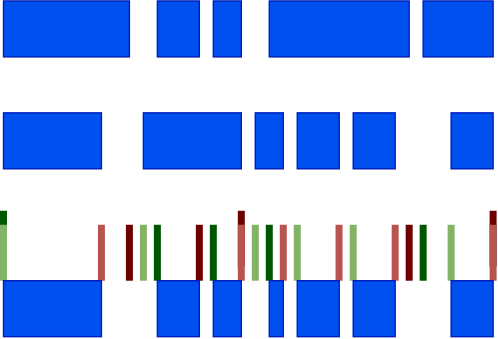
Before: src/interval/TimeIntervalsIntersection.drawio.svg, a diagram exported from draw.io (yolisses/time-constraints). Source tidied: cells renumbered, new cells last; positions are measured from the earlier drawing's top-left corner, leaving out a move shared by most shapes. The source it was exported from:
```xml
<mxGraphModel>
  <root>
    <mxCell id="0" />
    <mxCell id="1" parent="0" />
    <mxCell id="2" style="whiteSpace=wrap;html=1;fillColor=#0050ef;fontColor=#ffffff;strokeColor=#001DBC;" parent="1" vertex="1">
      <mxGeometry width="90" height="40" as="geometry" />
    </mxCell>
    <mxCell id="3" style="whiteSpace=wrap;html=1;fillColor=#0050ef;fontColor=#ffffff;strokeColor=#001DBC;" parent="1" vertex="1">
      <mxGeometry x="110" width="30" height="40" as="geometry" />
    </mxCell>
    <mxCell id="4" style="whiteSpace=wrap;html=1;fillColor=#0050ef;fontColor=#ffffff;strokeColor=#001DBC;" parent="1" vertex="1">
      <mxGeometry x="150" width="20" height="40" as="geometry" />
    </mxCell>
    <mxCell id="5" style="whiteSpace=wrap;html=1;fillColor=#0050ef;fontColor=#ffffff;strokeColor=#001DBC;" parent="1" vertex="1">
      <mxGeometry x="190" width="100" height="40" as="geometry" />
    </mxCell>
    <mxCell id="6" style="whiteSpace=wrap;html=1;fillColor=#0050ef;fontColor=#ffffff;strokeColor=#001DBC;" parent="1" vertex="1">
      <mxGeometry x="300" width="50" height="40" as="geometry" />
    </mxCell>
    <mxCell id="7" style="whiteSpace=wrap;html=1;fillColor=#0050ef;fontColor=#ffffff;strokeColor=#001DBC;" parent="1" vertex="1">
      <mxGeometry y="80" width="70" height="40" as="geometry" />
    </mxCell>
    <mxCell id="8" style="whiteSpace=wrap;html=1;fillColor=#0050ef;fontColor=#ffffff;strokeColor=#001DBC;" parent="1" vertex="1">
      <mxGeometry x="100" y="80" width="70" height="40" as="geometry" />
    </mxCell>
    <mxCell id="9" style="whiteSpace=wrap;html=1;fillColor=#0050ef;fontColor=#ffffff;strokeColor=#001DBC;" parent="1" vertex="1">
      <mxGeometry x="180" y="80" width="20" height="40" as="geometry" />
    </mxCell>
    <mxCell id="10" style="whiteSpace=wrap;html=1;fillColor=#0050ef;fontColor=#ffffff;strokeColor=#001DBC;" parent="1" vertex="1">
      <mxGeometry x="210" y="80" width="30" height="40" as="geometry" />
    </mxCell>
    <mxCell id="11" style="whiteSpace=wrap;html=1;fillColor=#0050ef;fontColor=#ffffff;strokeColor=#001DBC;" parent="1" vertex="1">
      <mxGeometry x="250" y="80" width="30" height="40" as="geometry" />
    </mxCell>
    <mxCell id="12" style="whiteSpace=wrap;html=1;fillColor=#0050ef;fontColor=#ffffff;strokeColor=#001DBC;" parent="1" vertex="1">
      <mxGeometry x="320" y="80" width="30" height="40" as="geometry" />
    </mxCell>
    <mxCell id="13" style="endArrow=none;html=1;fillColor=#008a00;strokeColor=#005700;strokeWidth=5;" parent="1" edge="1">
      <mxGeometry relative="1" as="geometry">
        <mxPoint y="190" as="sourcePoint" />
        <mxPoint y="150" as="targetPoint" />
      </mxGeometry>
    </mxCell>
    <mxCell id="14" style="endArrow=none;html=1;fillColor=#a20025;strokeColor=#6F0000;strokeWidth=5;" parent="1" edge="1">
      <mxGeometry relative="1" as="geometry">
        <mxPoint x="90" y="200" as="sourcePoint" />
        <mxPoint x="90" y="160" as="targetPoint" />
      </mxGeometry>
    </mxCell>
    <mxCell id="15" style="endArrow=none;html=1;fillColor=#008a00;strokeColor=#005700;strokeWidth=5;" parent="1" edge="1">
      <mxGeometry relative="1" as="geometry">
        <mxPoint x="110" y="200" as="sourcePoint" />
        <mxPoint x="110" y="160" as="targetPoint" />
      </mxGeometry>
    </mxCell>
    <mxCell id="16" style="endArrow=none;html=1;fillColor=#008a00;strokeColor=#005700;strokeWidth=5;" parent="1" edge="1">
      <mxGeometry relative="1" as="geometry">
        <mxPoint x="150" y="200" as="sourcePoint" />
        <mxPoint x="150" y="160" as="targetPoint" />
      </mxGeometry>
    </mxCell>
    <mxCell id="17" style="endArrow=none;html=1;fillColor=#008a00;strokeColor=#005700;strokeWidth=5;" parent="1" edge="1">
      <mxGeometry relative="1" as="geometry">
        <mxPoint x="190" y="200" as="sourcePoint" />
        <mxPoint x="190" y="160" as="targetPoint" />
      </mxGeometry>
    </mxCell>
    <mxCell id="18" style="endArrow=none;html=1;fillColor=#008a00;strokeColor=#005700;strokeWidth=5;" parent="1" edge="1">
      <mxGeometry relative="1" as="geometry">
        <mxPoint x="300" y="200" as="sourcePoint" />
        <mxPoint x="300" y="160" as="targetPoint" />
      </mxGeometry>
    </mxCell>
    <mxCell id="19" style="endArrow=none;html=1;fillColor=#a20025;strokeColor=#6F0000;strokeWidth=5;" parent="1" edge="1">
      <mxGeometry relative="1" as="geometry">
        <mxPoint x="140" y="200" as="sourcePoint" />
        <mxPoint x="140" y="160" as="targetPoint" />
      </mxGeometry>
    </mxCell>
    <mxCell id="20" style="endArrow=none;html=1;fillColor=#a20025;strokeColor=#6F0000;strokeWidth=5;" parent="1" edge="1">
      <mxGeometry relative="1" as="geometry">
        <mxPoint x="170" y="190" as="sourcePoint" />
        <mxPoint x="170" y="150" as="targetPoint" />
      </mxGeometry>
    </mxCell>
    <mxCell id="21" style="endArrow=none;html=1;fillColor=#a20025;strokeColor=#6F0000;strokeWidth=5;" parent="1" edge="1">
      <mxGeometry relative="1" as="geometry">
        <mxPoint x="290" y="200" as="sourcePoint" />
        <mxPoint x="290" y="160" as="targetPoint" />
      </mxGeometry>
    </mxCell>
    <mxCell id="22" style="endArrow=none;html=1;fillColor=#a20025;strokeColor=#6F0000;strokeWidth=5;" parent="1" edge="1">
      <mxGeometry relative="1" as="geometry">
        <mxPoint x="350" y="190" as="sourcePoint" />
        <mxPoint x="350" y="150" as="targetPoint" />
      </mxGeometry>
    </mxCell>
    <mxCell id="23" style="endArrow=none;html=1;fillColor=#d5e8d4;strokeColor=#82b366;strokeWidth=5;" parent="1" edge="1">
      <mxGeometry relative="1" as="geometry">
        <mxPoint y="200" as="sourcePoint" />
        <mxPoint y="160" as="targetPoint" />
      </mxGeometry>
    </mxCell>
    <mxCell id="24" style="endArrow=none;html=1;fillColor=#d5e8d4;strokeColor=#82b366;strokeWidth=5;" parent="1" edge="1">
      <mxGeometry relative="1" as="geometry">
        <mxPoint x="100" y="200" as="sourcePoint" />
        <mxPoint x="100" y="160" as="targetPoint" />
      </mxGeometry>
    </mxCell>
    <mxCell id="25" style="endArrow=none;html=1;fillColor=#d5e8d4;strokeColor=#82b366;strokeWidth=5;" parent="1" edge="1">
      <mxGeometry relative="1" as="geometry">
        <mxPoint x="180" y="200" as="sourcePoint" />
        <mxPoint x="180" y="160" as="targetPoint" />
      </mxGeometry>
    </mxCell>
    <mxCell id="26" style="endArrow=none;html=1;fillColor=#d5e8d4;strokeColor=#82b366;strokeWidth=5;" parent="1" edge="1">
      <mxGeometry relative="1" as="geometry">
        <mxPoint x="210" y="200" as="sourcePoint" />
        <mxPoint x="210" y="160" as="targetPoint" />
      </mxGeometry>
    </mxCell>
    <mxCell id="27" style="endArrow=none;html=1;fillColor=#d5e8d4;strokeColor=#82b366;strokeWidth=5;" parent="1" edge="1">
      <mxGeometry relative="1" as="geometry">
        <mxPoint x="250" y="200" as="sourcePoint" />
        <mxPoint x="250" y="160" as="targetPoint" />
      </mxGeometry>
    </mxCell>
    <mxCell id="28" style="endArrow=none;html=1;fillColor=#d5e8d4;strokeColor=#82b366;strokeWidth=5;" parent="1" edge="1">
      <mxGeometry relative="1" as="geometry">
        <mxPoint x="320" y="200" as="sourcePoint" />
        <mxPoint x="320" y="160" as="targetPoint" />
      </mxGeometry>
    </mxCell>
    <mxCell id="29" style="endArrow=none;html=1;fillColor=#f8cecc;strokeColor=#b85450;strokeWidth=5;" parent="1" edge="1">
      <mxGeometry relative="1" as="geometry">
        <mxPoint x="70" y="200" as="sourcePoint" />
        <mxPoint x="70" y="160" as="targetPoint" />
      </mxGeometry>
    </mxCell>
    <mxCell id="30" style="endArrow=none;html=1;fillColor=#f8cecc;strokeColor=#b85450;strokeWidth=5;" parent="1" edge="1">
      <mxGeometry relative="1" as="geometry">
        <mxPoint x="170" y="200" as="sourcePoint" />
        <mxPoint x="170" y="160" as="targetPoint" />
      </mxGeometry>
    </mxCell>
    <mxCell id="31" style="endArrow=none;html=1;fillColor=#f8cecc;strokeColor=#b85450;strokeWidth=5;" parent="1" edge="1">
      <mxGeometry relative="1" as="geometry">
        <mxPoint x="200" y="200" as="sourcePoint" />
        <mxPoint x="200" y="160" as="targetPoint" />
      </mxGeometry>
    </mxCell>
    <mxCell id="32" style="endArrow=none;html=1;fillColor=#f8cecc;strokeColor=#b85450;strokeWidth=5;" parent="1" edge="1">
      <mxGeometry relative="1" as="geometry">
        <mxPoint x="239.9" y="200" as="sourcePoint" />
        <mxPoint x="239.9" y="160" as="targetPoint" />
      </mxGeometry>
    </mxCell>
    <mxCell id="33" style="endArrow=none;html=1;fillColor=#f8cecc;strokeColor=#b85450;strokeWidth=5;" parent="1" edge="1">
      <mxGeometry relative="1" as="geometry">
        <mxPoint x="280" y="200" as="sourcePoint" />
        <mxPoint x="280" y="160" as="targetPoint" />
      </mxGeometry>
    </mxCell>
    <mxCell id="34" style="endArrow=none;html=1;fillColor=#f8cecc;strokeColor=#b85450;strokeWidth=5;" parent="1" edge="1">
      <mxGeometry relative="1" as="geometry">
        <mxPoint x="350" y="200" as="sourcePoint" />
        <mxPoint x="350" y="160" as="targetPoint" />
      </mxGeometry>
    </mxCell>
    <mxCell id="35" style="whiteSpace=wrap;html=1;fillColor=#0050ef;fontColor=#ffffff;strokeColor=#001DBC;" parent="1" vertex="1">
      <mxGeometry x="110" y="200" width="30" height="40" as="geometry" />
    </mxCell>
    <mxCell id="36" style="whiteSpace=wrap;html=1;fillColor=#0050ef;fontColor=#ffffff;strokeColor=#001DBC;" parent="1" vertex="1">
      <mxGeometry x="150" y="200" width="20" height="40" as="geometry" />
    </mxCell>
    <mxCell id="37" style="whiteSpace=wrap;html=1;fillColor=#0050ef;fontColor=#ffffff;strokeColor=#001DBC;" parent="1" vertex="1">
      <mxGeometry x="190" y="200" width="10" height="40" as="geometry" />
    </mxCell>
    <mxCell id="38" style="whiteSpace=wrap;html=1;fillColor=#0050ef;fontColor=#ffffff;strokeColor=#001DBC;" parent="1" vertex="1">
      <mxGeometry x="210" y="200" width="30" height="40" as="geometry" />
    </mxCell>
    <mxCell id="39" style="whiteSpace=wrap;html=1;fillColor=#0050ef;fontColor=#ffffff;strokeColor=#001DBC;" parent="1" vertex="1">
      <mxGeometry x="250" y="200" width="30" height="40" as="geometry" />
    </mxCell>
    <mxCell id="40" style="whiteSpace=wrap;html=1;fillColor=#0050ef;fontColor=#ffffff;strokeColor=#001DBC;" parent="1" vertex="1">
      <mxGeometry x="320" y="200" width="30" height="40" as="geometry" />
    </mxCell>
    <mxCell id="41" style="whiteSpace=wrap;html=1;fillColor=#0050ef;fontColor=#ffffff;strokeColor=#001DBC;" parent="1" vertex="1">
      <mxGeometry y="200" width="70" height="40" as="geometry" />
    </mxCell>
  </root>
</mxGraphModel>
```
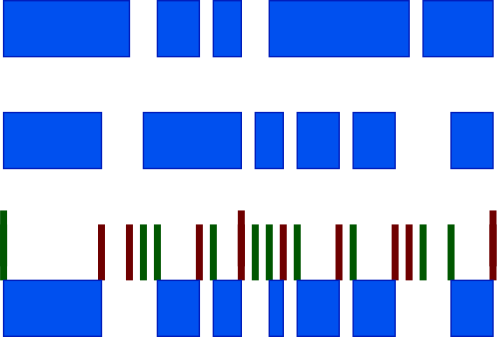
Above is the later version.

Diff of the diagram source:
```diff
@@ -95,73 +95,73 @@
         <mxPoint x="350" y="150" as="targetPoint" />
       </mxGeometry>
     </mxCell>
-    <mxCell id="23" style="endArrow=none;html=1;fillColor=#d5e8d4;strokeColor=#82b366;strokeWidth=5;" parent="1" edge="1">
+    <mxCell id="23" style="endArrow=none;html=1;fillColor=#008a00;strokeColor=#005700;strokeWidth=5;" parent="1" edge="1">
       <mxGeometry relative="1" as="geometry">
         <mxPoint y="200" as="sourcePoint" />
         <mxPoint y="160" as="targetPoint" />
       </mxGeometry>
     </mxCell>
-    <mxCell id="24" style="endArrow=none;html=1;fillColor=#d5e8d4;strokeColor=#82b366;strokeWidth=5;" parent="1" edge="1">
+    <mxCell id="24" style="endArrow=none;html=1;fillColor=#008a00;strokeColor=#005700;strokeWidth=5;" parent="1" edge="1">
       <mxGeometry relative="1" as="geometry">
         <mxPoint x="100" y="200" as="sourcePoint" />
         <mxPoint x="100" y="160" as="targetPoint" />
       </mxGeometry>
     </mxCell>
-    <mxCell id="25" style="endArrow=none;html=1;fillColor=#d5e8d4;strokeColor=#82b366;strokeWidth=5;" parent="1" edge="1">
+    <mxCell id="25" style="endArrow=none;html=1;fillColor=#008a00;strokeColor=#005700;strokeWidth=5;" parent="1" edge="1">
       <mxGeometry relative="1" as="geometry">
         <mxPoint x="180" y="200" as="sourcePoint" />
         <mxPoint x="180" y="160" as="targetPoint" />
       </mxGeometry>
     </mxCell>
-    <mxCell id="26" style="endArrow=none;html=1;fillColor=#d5e8d4;strokeColor=#82b366;strokeWidth=5;" parent="1" edge="1">
+    <mxCell id="26" style="endArrow=none;html=1;fillColor=#008a00;strokeColor=#005700;strokeWidth=5;" parent="1" edge="1">
       <mxGeometry relative="1" as="geometry">
         <mxPoint x="210" y="200" as="sourcePoint" />
         <mxPoint x="210" y="160" as="targetPoint" />
       </mxGeometry>
     </mxCell>
-    <mxCell id="27" style="endArrow=none;html=1;fillColor=#d5e8d4;strokeColor=#82b366;strokeWidth=5;" parent="1" edge="1">
+    <mxCell id="27" style="endArrow=none;html=1;fillColor=#008a00;strokeColor=#005700;strokeWidth=5;" parent="1" edge="1">
       <mxGeometry relative="1" as="geometry">
         <mxPoint x="250" y="200" as="sourcePoint" />
         <mxPoint x="250" y="160" as="targetPoint" />
       </mxGeometry>
     </mxCell>
-    <mxCell id="28" style="endArrow=none;html=1;fillColor=#d5e8d4;strokeColor=#82b366;strokeWidth=5;" parent="1" edge="1">
+    <mxCell id="28" style="endArrow=none;html=1;fillColor=#008a00;strokeColor=#005700;strokeWidth=5;" parent="1" edge="1">
       <mxGeometry relative="1" as="geometry">
         <mxPoint x="320" y="200" as="sourcePoint" />
         <mxPoint x="320" y="160" as="targetPoint" />
       </mxGeometry>
     </mxCell>
-    <mxCell id="29" style="endArrow=none;html=1;fillColor=#f8cecc;strokeColor=#b85450;strokeWidth=5;" parent="1" edge="1">
+    <mxCell id="29" style="endArrow=none;html=1;fillColor=#a20025;strokeColor=#6F0000;strokeWidth=5;" parent="1" edge="1">
       <mxGeometry relative="1" as="geometry">
         <mxPoint x="70" y="200" as="sourcePoint" />
         <mxPoint x="70" y="160" as="targetPoint" />
       </mxGeometry>
     </mxCell>
-    <mxCell id="30" style="endArrow=none;html=1;fillColor=#f8cecc;strokeColor=#b85450;strokeWidth=5;" parent="1" edge="1">
+    <mxCell id="30" style="endArrow=none;html=1;fillColor=#a20025;strokeColor=#6F0000;strokeWidth=5;" parent="1" edge="1">
       <mxGeometry relative="1" as="geometry">
         <mxPoint x="170" y="200" as="sourcePoint" />
         <mxPoint x="170" y="160" as="targetPoint" />
       </mxGeometry>
     </mxCell>
-    <mxCell id="31" style="endArrow=none;html=1;fillColor=#f8cecc;strokeColor=#b85450;strokeWidth=5;" parent="1" edge="1">
+    <mxCell id="31" style="endArrow=none;html=1;fillColor=#a20025;strokeColor=#6F0000;strokeWidth=5;" parent="1" edge="1">
       <mxGeometry relative="1" as="geometry">
         <mxPoint x="200" y="200" as="sourcePoint" />
         <mxPoint x="200" y="160" as="targetPoint" />
       </mxGeometry>
     </mxCell>
-    <mxCell id="32" style="endArrow=none;html=1;fillColor=#f8cecc;strokeColor=#b85450;strokeWidth=5;" parent="1" edge="1">
+    <mxCell id="32" style="endArrow=none;html=1;fillColor=#a20025;strokeColor=#6F0000;strokeWidth=5;" parent="1" edge="1">
       <mxGeometry relative="1" as="geometry">
         <mxPoint x="239.9" y="200" as="sourcePoint" />
         <mxPoint x="239.9" y="160" as="targetPoint" />
       </mxGeometry>
     </mxCell>
-    <mxCell id="33" style="endArrow=none;html=1;fillColor=#f8cecc;strokeColor=#b85450;strokeWidth=5;" parent="1" edge="1">
+    <mxCell id="33" style="endArrow=none;html=1;fillColor=#a20025;strokeColor=#6F0000;strokeWidth=5;" parent="1" edge="1">
       <mxGeometry relative="1" as="geometry">
         <mxPoint x="280" y="200" as="sourcePoint" />
         <mxPoint x="280" y="160" as="targetPoint" />
       </mxGeometry>
     </mxCell>
-    <mxCell id="34" style="endArrow=none;html=1;fillColor=#f8cecc;strokeColor=#b85450;strokeWidth=5;" parent="1" edge="1">
+    <mxCell id="34" style="endArrow=none;html=1;fillColor=#a20025;strokeColor=#6F0000;strokeWidth=5;" parent="1" edge="1">
       <mxGeometry relative="1" as="geometry">
         <mxPoint x="350" y="200" as="sourcePoint" />
         <mxPoint x="350" y="160" as="targetPoint" />
```
